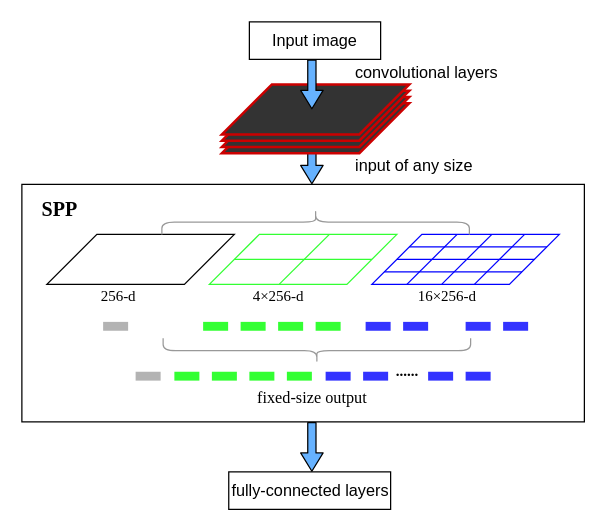
Before: spp.drawio in zjie134/blog_pic, a draw.io diagram. Source tidied: cells renumbered, new cells numbered last; positions are measured from the earlier drawing's top-left corner, leaving out a move shared by most shapes. Both pictures are drawn from the tidied source at 125%, with x=0, y=0 at pixel (21, 21).
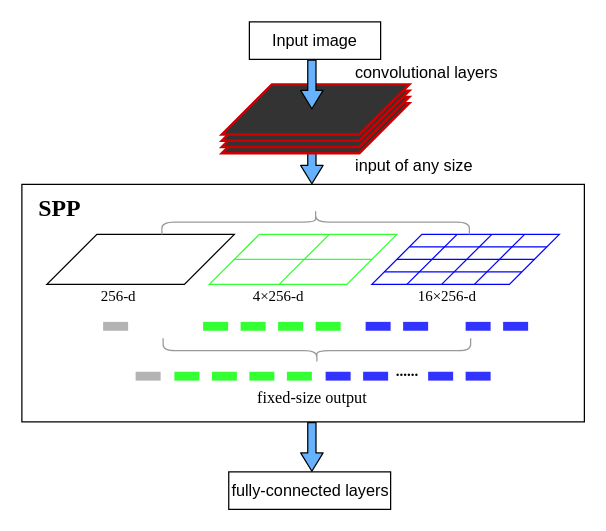
Above is the later version.

The edit, as a diff of the source:
```diff
@@
-    <mxCell id="21" value="&lt;font face=&quot;Times New Roman&quot; size=&quot;1&quot;&gt;&lt;b style=&quot;font-size: 16px&quot;&gt;SPP&lt;/b&gt;&lt;/font&gt;" style="text;html=1;align=center;verticalAlign=middle;fillColor=none;strokeColor=none;rounded=0;" parent="1" vertex="1">
-      <mxGeometry x="10" y="140" width="40" height="20" as="geometry" />
+    <mxCell id="21" value="&lt;font face=&quot;Times New Roman&quot; size=&quot;1&quot;&gt;&lt;b style=&quot;font-size: 19px&quot;&gt;SPP&lt;/b&gt;&lt;/font&gt;" style="text;html=1;align=center;verticalAlign=middle;fillColor=none;strokeColor=none;rounded=0;" parent="1" vertex="1">
+      <mxGeometry x="5" y="140" width="50" height="20" as="geometry" />
     </mxCell>
```
